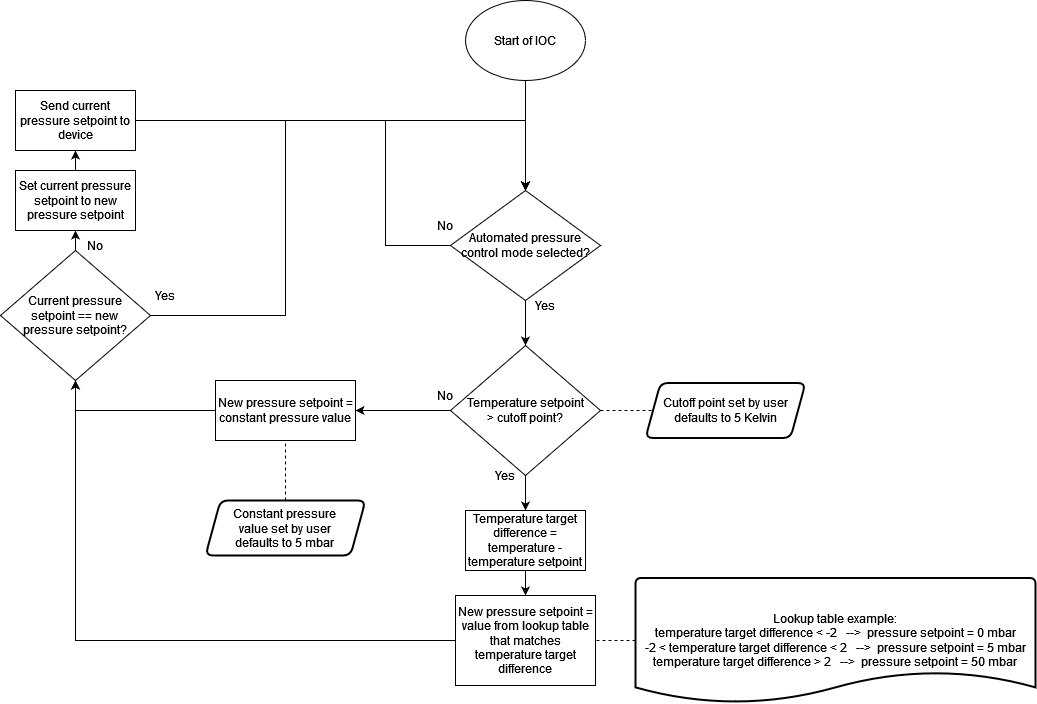
Above: MercuryEnhancedCryo.drawio.png in ISISComputingGroup/ibex_developers_manual (draw.io), before the change. Source tidied: cells renumbered, new cells last; positions are measured from the earlier drawing's top-left corner, leaving out a move shared by most shapes.
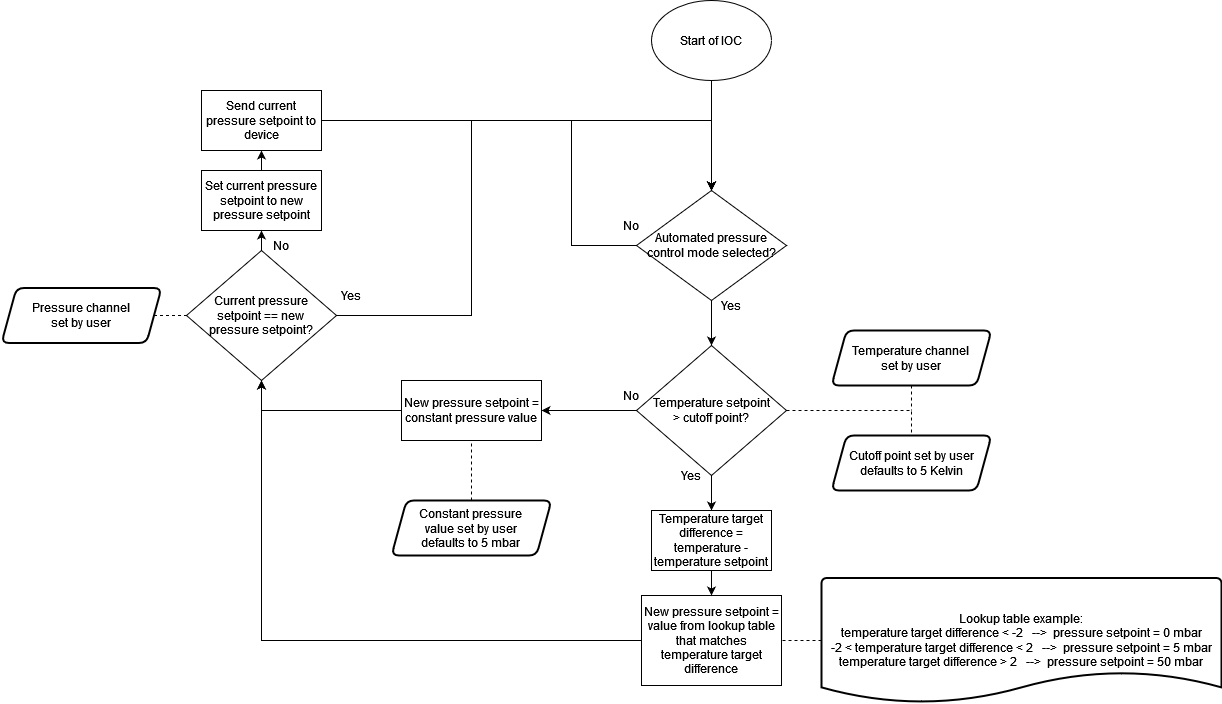
The same file after the commit.

Commit message:
Correct flowchart

Change to the diagram source:
```diff
@@ -34,7 +34,7 @@
     <mxCell id="9" style="edgeStyle=orthogonalEdgeStyle;rounded=0;jettySize=auto;html=1;exitX=0.5;exitY=1;exitDx=0;exitDy=0;entryX=0.5;entryY=0;entryDx=0;entryDy=0;endArrow=classic;endFill=1;" parent="1" edge="1" source="11" target="22">
       <mxGeometry relative="1" as="geometry" />
     </mxCell>
-    <mxCell id="10" style="edgeStyle=orthogonalEdgeStyle;rounded=0;jettySize=auto;html=1;exitX=1;exitY=0.5;exitDx=0;exitDy=0;entryX=0;entryY=0.5;entryDx=0;entryDy=0;endArrow=none;endFill=0;dashed=1;" parent="1" edge="1" source="11" target="27">
+    <mxCell id="10" style="edgeStyle=orthogonalEdgeStyle;rounded=0;jettySize=auto;html=1;exitX=1;exitY=0.5;exitDx=0;exitDy=0;entryX=0.5;entryY=0;entryDx=0;entryDy=0;endArrow=none;endFill=0;dashed=1;" parent="1" edge="1" source="11" target="27">
       <mxGeometry relative="1" as="geometry" />
     </mxCell>
     <mxCell id="11" value="&lt;div&gt;Temperature setpoint&lt;/div&gt;&lt;div&gt; &amp;gt; cutoff point?&lt;/div&gt;" style="rhombus;whiteSpace=wrap;html=1;" parent="1" vertex="1">
@@ -86,7 +86,7 @@
       <mxGeometry x="205" y="500" width="160" height="55" as="geometry" />
     </mxCell>
     <mxCell id="27" value="Cutoff point set by user&lt;div&gt; defaults to 5 Kelvin&lt;/div&gt;" style="shape=parallelogram;html=1;strokeWidth=2;perimeter=parallelogramPerimeter;whiteSpace=wrap;rounded=1;arcSize=15;size=0.09375;" parent="1" vertex="1">
-      <mxGeometry x="645" y="382.5" width="160" height="55" as="geometry" />
+      <mxGeometry x="645" y="435" width="160" height="55" as="geometry" />
     </mxCell>
     <mxCell id="28" style="edgeStyle=orthogonalEdgeStyle;rounded=0;jettySize=auto;html=1;exitX=0.5;exitY=0;exitDx=0;exitDy=0;entryX=0.5;entryY=1;entryDx=0;entryDy=0;endArrow=classic;endFill=1;" parent="1" edge="1" source="30" target="20">
       <mxGeometry relative="1" as="geometry" />
@@ -115,5 +115,19 @@
     <mxCell id="34" value="No" style="text;html=1;strokeColor=none;fillColor=none;align=center;verticalAlign=middle;whiteSpace=wrap;rounded=0;" parent="1" vertex="1">
       <mxGeometry x="65" y="230" width="60" height="30" as="geometry" />
     </mxCell>
+    <mxCell id="35" style="edgeStyle=orthogonalEdgeStyle;rounded=0;jettySize=auto;html=1;exitX=0.5;exitY=1;exitDx=0;exitDy=0;endArrow=none;endFill=0;dashed=1;" parent="1" edge="1" source="36">
+      <mxGeometry relative="1" as="geometry">
+        <mxPoint x="725" y="410" as="targetPoint" />
+      </mxGeometry>
+    </mxCell>
+    <mxCell id="36" value="&lt;div&gt;Temperature channel &lt;br&gt;&lt;/div&gt;&lt;div&gt;set by user&lt;/div&gt;" style="shape=parallelogram;html=1;strokeWidth=2;perimeter=parallelogramPerimeter;whiteSpace=wrap;rounded=1;arcSize=15;size=0.09375;" parent="1" vertex="1">
+      <mxGeometry x="645" y="330" width="160" height="55" as="geometry" />
+    </mxCell>
+    <mxCell id="37" style="edgeStyle=orthogonalEdgeStyle;rounded=0;jettySize=auto;html=1;exitX=1;exitY=0.5;exitDx=0;exitDy=0;entryX=0;entryY=0.5;entryDx=0;entryDy=0;dashed=1;endArrow=none;endFill=0;" parent="1" edge="1" source="38" target="30">
+      <mxGeometry relative="1" as="geometry" />
+    </mxCell>
+    <mxCell id="38" value="&lt;div&gt;Pressure channel &lt;br&gt;&lt;/div&gt;&lt;div&gt;set by user&lt;br&gt;&lt;/div&gt;" style="shape=parallelogram;html=1;strokeWidth=2;perimeter=parallelogramPerimeter;whiteSpace=wrap;rounded=1;arcSize=15;size=0.09375;" parent="1" vertex="1">
+      <mxGeometry x="-185" y="287.5" width="160" height="55" as="geometry" />
+    </mxCell>
   </root>
 </mxGraphModel>
```
